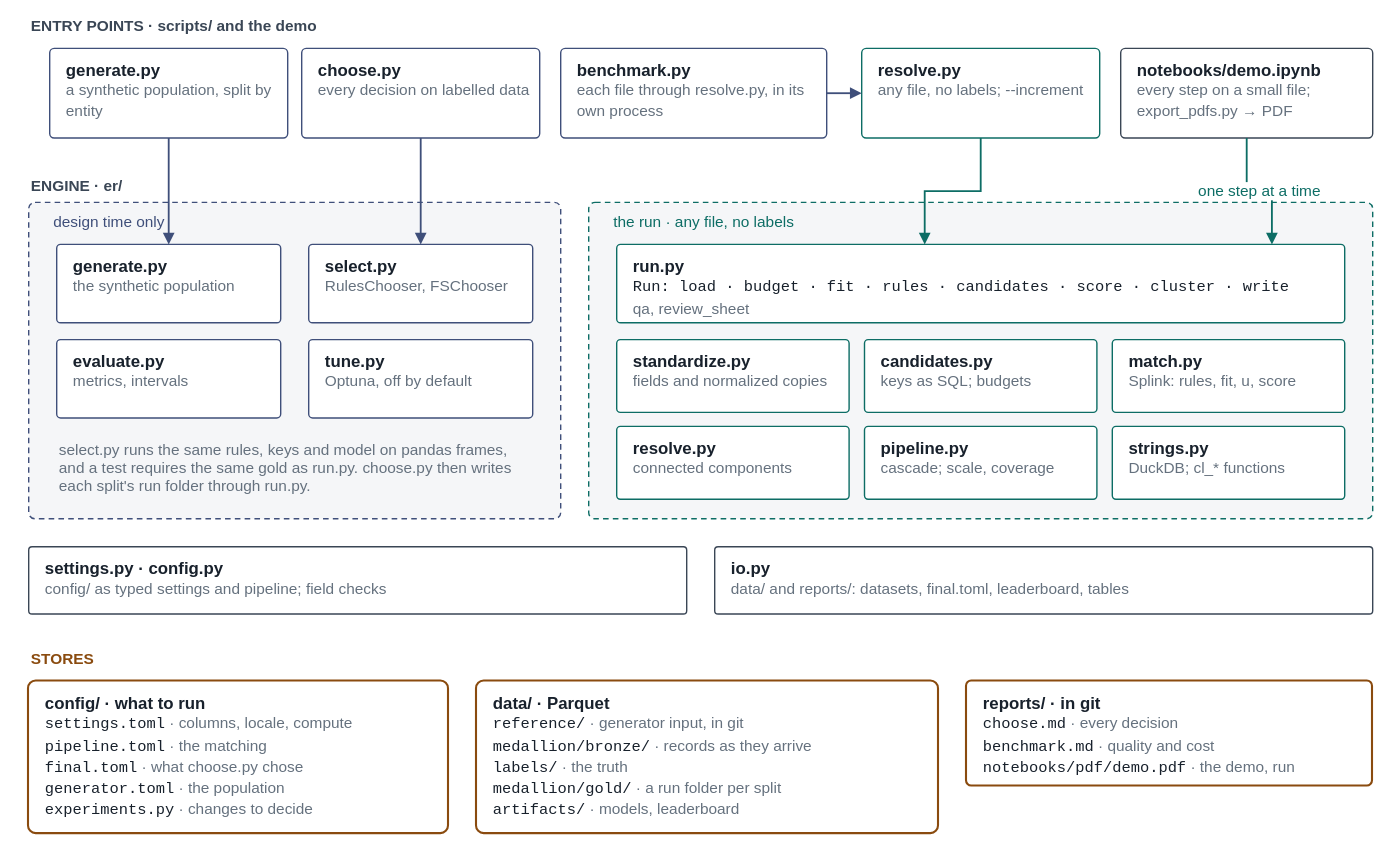
mvsbm/entity_matching keeps this draw.io diagram as docs/architecture-blocks.drawio.svg. Above is the earlier version. Source tidied: cells renumbered, new cells last; positions are measured from the earlier drawing's top-left corner, leaving out a move shared by most shapes.
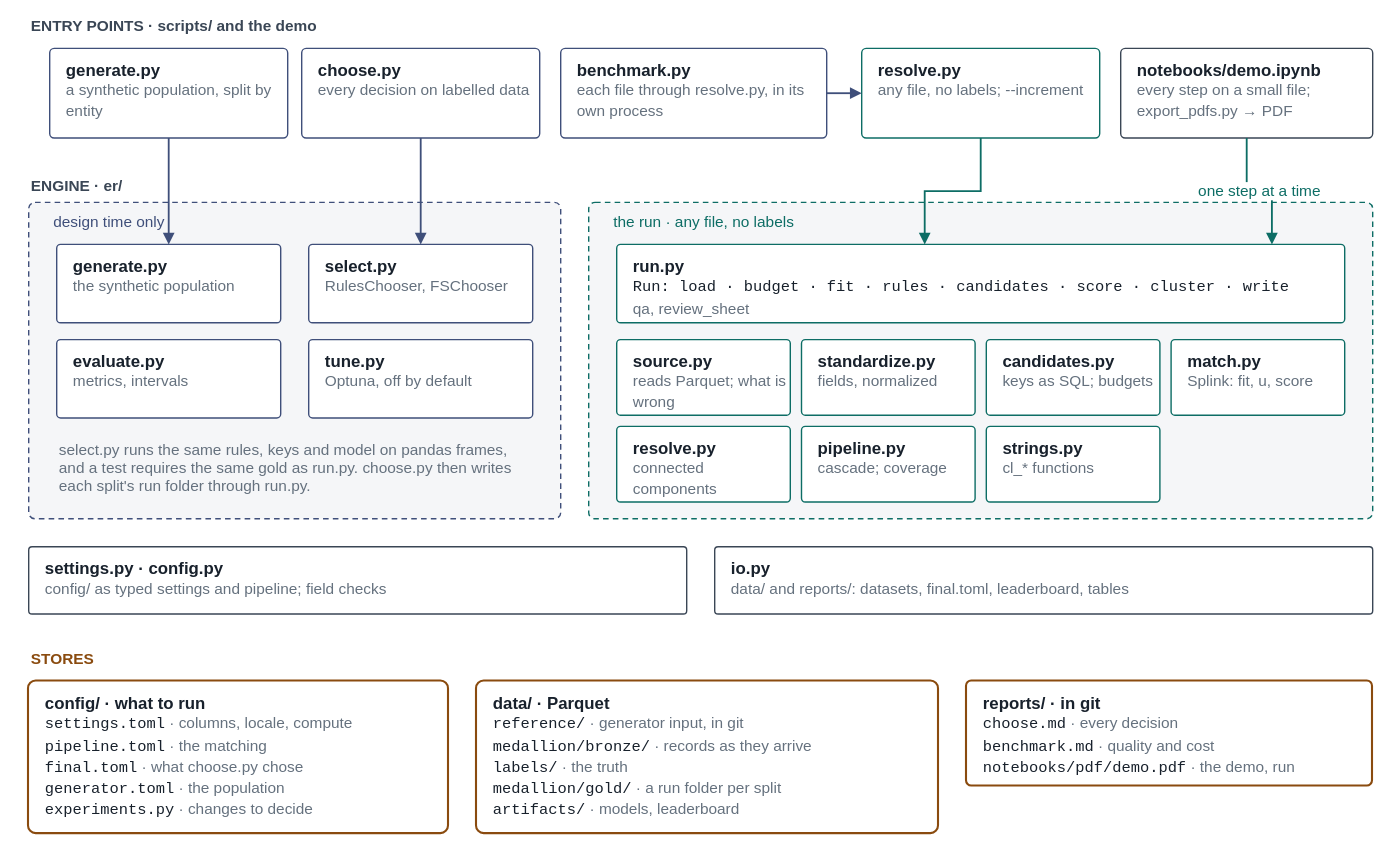
Later version of the same file.

Change to the diagram source:
```diff
@@ -56,53 +56,56 @@
     <mxCell id="19" value="&lt;b&gt;run.py&lt;/b&gt;&lt;br&gt;&lt;font face=&quot;Courier New&quot; style=&quot;font-size:11px&quot;&gt;Run: load · budget · fit · rules · candidates · score · cluster · write&lt;/font&gt;&lt;br&gt;&lt;font color=&quot;#65717e&quot; style=&quot;font-size:11px&quot;&gt;qa, review_sheet&lt;/font&gt;" style="rounded=1;arcSize=5;whiteSpace=wrap;html=1;align=left;verticalAlign=top;spacingLeft=10;spacingTop=2;fontFamily=Helvetica;fontSize=12;fontColor=#18212c;fillColor=#ffffff;strokeColor=#0d6d65;" parent="1" vertex="1">
       <mxGeometry x="420" y="166" width="520" height="56" as="geometry" />
     </mxCell>
-    <mxCell id="20" value="&lt;b&gt;standardize.py&lt;/b&gt;&lt;br&gt;&lt;font color=&quot;#65717e&quot; style=&quot;font-size:11px&quot;&gt;fields and normalized copies&lt;/font&gt;" style="rounded=1;arcSize=5;whiteSpace=wrap;html=1;align=left;verticalAlign=top;spacingLeft=10;spacingTop=2;fontFamily=Helvetica;fontSize=12;fontColor=#18212c;fillColor=#ffffff;strokeColor=#0d6d65;" parent="1" vertex="1">
-      <mxGeometry x="420" y="234" width="166" height="52" as="geometry" />
+    <mxCell id="20" value="&lt;b&gt;source.py&lt;/b&gt;&lt;br&gt;&lt;font color=&quot;#65717e&quot; style=&quot;font-size:11px&quot;&gt;reads Parquet; what is wrong&lt;/font&gt;" style="rounded=1;arcSize=5;whiteSpace=wrap;html=1;align=left;verticalAlign=top;spacingLeft=10;spacingTop=2;fontFamily=Helvetica;fontSize=12;fontColor=#18212c;fillColor=#ffffff;strokeColor=#0d6d65;" parent="1" vertex="1">
+      <mxGeometry x="420" y="234" width="124" height="54" as="geometry" />
     </mxCell>
-    <mxCell id="21" value="&lt;b&gt;candidates.py&lt;/b&gt;&lt;br&gt;&lt;font color=&quot;#65717e&quot; style=&quot;font-size:11px&quot;&gt;keys as SQL; budgets&lt;/font&gt;" style="rounded=1;arcSize=5;whiteSpace=wrap;html=1;align=left;verticalAlign=top;spacingLeft=10;spacingTop=2;fontFamily=Helvetica;fontSize=12;fontColor=#18212c;fillColor=#ffffff;strokeColor=#0d6d65;" parent="1" vertex="1">
-      <mxGeometry x="597" y="234" width="166" height="52" as="geometry" />
+    <mxCell id="21" value="&lt;b&gt;standardize.py&lt;/b&gt;&lt;br&gt;&lt;font color=&quot;#65717e&quot; style=&quot;font-size:11px&quot;&gt;fields, normalized&lt;/font&gt;" style="rounded=1;arcSize=5;whiteSpace=wrap;html=1;align=left;verticalAlign=top;spacingLeft=10;spacingTop=2;fontFamily=Helvetica;fontSize=12;fontColor=#18212c;fillColor=#ffffff;strokeColor=#0d6d65;" parent="1" vertex="1">
+      <mxGeometry x="552" y="234" width="124" height="54" as="geometry" />
     </mxCell>
-    <mxCell id="22" value="&lt;b&gt;match.py&lt;/b&gt;&lt;br&gt;&lt;font color=&quot;#65717e&quot; style=&quot;font-size:11px&quot;&gt;Splink: rules, fit, u, score&lt;/font&gt;" style="rounded=1;arcSize=5;whiteSpace=wrap;html=1;align=left;verticalAlign=top;spacingLeft=10;spacingTop=2;fontFamily=Helvetica;fontSize=12;fontColor=#18212c;fillColor=#ffffff;strokeColor=#0d6d65;" parent="1" vertex="1">
-      <mxGeometry x="774" y="234" width="166" height="52" as="geometry" />
+    <mxCell id="22" value="&lt;b&gt;candidates.py&lt;/b&gt;&lt;br&gt;&lt;font color=&quot;#65717e&quot; style=&quot;font-size:11px&quot;&gt;keys as SQL; budgets&lt;/font&gt;" style="rounded=1;arcSize=5;whiteSpace=wrap;html=1;align=left;verticalAlign=top;spacingLeft=10;spacingTop=2;fontFamily=Helvetica;fontSize=12;fontColor=#18212c;fillColor=#ffffff;strokeColor=#0d6d65;" parent="1" vertex="1">
+      <mxGeometry x="684" y="234" width="124" height="54" as="geometry" />
     </mxCell>
-    <mxCell id="23" value="&lt;b&gt;resolve.py&lt;/b&gt;&lt;br&gt;&lt;font color=&quot;#65717e&quot; style=&quot;font-size:11px&quot;&gt;connected components&lt;/font&gt;" style="rounded=1;arcSize=5;whiteSpace=wrap;html=1;align=left;verticalAlign=top;spacingLeft=10;spacingTop=2;fontFamily=Helvetica;fontSize=12;fontColor=#18212c;fillColor=#ffffff;strokeColor=#0d6d65;" parent="1" vertex="1">
-      <mxGeometry x="420" y="296" width="166" height="52" as="geometry" />
+    <mxCell id="23" value="&lt;b&gt;match.py&lt;/b&gt;&lt;br&gt;&lt;font color=&quot;#65717e&quot; style=&quot;font-size:11px&quot;&gt;Splink: fit, u, score&lt;/font&gt;" style="rounded=1;arcSize=5;whiteSpace=wrap;html=1;align=left;verticalAlign=top;spacingLeft=10;spacingTop=2;fontFamily=Helvetica;fontSize=12;fontColor=#18212c;fillColor=#ffffff;strokeColor=#0d6d65;" parent="1" vertex="1">
+      <mxGeometry x="816" y="234" width="124" height="54" as="geometry" />
     </mxCell>
-    <mxCell id="24" value="&lt;b&gt;pipeline.py&lt;/b&gt;&lt;br&gt;&lt;font color=&quot;#65717e&quot; style=&quot;font-size:11px&quot;&gt;cascade; scale, coverage&lt;/font&gt;" style="rounded=1;arcSize=5;whiteSpace=wrap;html=1;align=left;verticalAlign=top;spacingLeft=10;spacingTop=2;fontFamily=Helvetica;fontSize=12;fontColor=#18212c;fillColor=#ffffff;strokeColor=#0d6d65;" parent="1" vertex="1">
-      <mxGeometry x="597" y="296" width="166" height="52" as="geometry" />
+    <mxCell id="24" value="&lt;b&gt;resolve.py&lt;/b&gt;&lt;br&gt;&lt;font color=&quot;#65717e&quot; style=&quot;font-size:11px&quot;&gt;connected components&lt;/font&gt;" style="rounded=1;arcSize=5;whiteSpace=wrap;html=1;align=left;verticalAlign=top;spacingLeft=10;spacingTop=2;fontFamily=Helvetica;fontSize=12;fontColor=#18212c;fillColor=#ffffff;strokeColor=#0d6d65;" parent="1" vertex="1">
+      <mxGeometry x="420" y="296" width="124" height="54" as="geometry" />
     </mxCell>
-    <mxCell id="25" value="&lt;b&gt;strings.py&lt;/b&gt;&lt;br&gt;&lt;font color=&quot;#65717e&quot; style=&quot;font-size:11px&quot;&gt;DuckDB; cl_* functions&lt;/font&gt;" style="rounded=1;arcSize=5;whiteSpace=wrap;html=1;align=left;verticalAlign=top;spacingLeft=10;spacingTop=2;fontFamily=Helvetica;fontSize=12;fontColor=#18212c;fillColor=#ffffff;strokeColor=#0d6d65;" parent="1" vertex="1">
-      <mxGeometry x="774" y="296" width="166" height="52" as="geometry" />
+    <mxCell id="25" value="&lt;b&gt;pipeline.py&lt;/b&gt;&lt;br&gt;&lt;font color=&quot;#65717e&quot; style=&quot;font-size:11px&quot;&gt;cascade; coverage&lt;/font&gt;" style="rounded=1;arcSize=5;whiteSpace=wrap;html=1;align=left;verticalAlign=top;spacingLeft=10;spacingTop=2;fontFamily=Helvetica;fontSize=12;fontColor=#18212c;fillColor=#ffffff;strokeColor=#0d6d65;" parent="1" vertex="1">
+      <mxGeometry x="552" y="296" width="124" height="54" as="geometry" />
     </mxCell>
-    <mxCell id="26" style="edgeStyle=orthogonalEdgeStyle;rounded=0;html=1;endArrow=block;endFill=1;endSize=5;strokeColor=#3f4f7a;strokeWidth=1.3;fontFamily=Helvetica;fontSize=11;fontColor=#3f4f7a;labelBackgroundColor=#ffffff;exitX=0.5;exitY=1;entryX=0.5;entryY=0;" parent="1" edge="1" source="3" target="12">
-      <mxGeometry relative="1" as="geometry" />
+    <mxCell id="26" value="&lt;b&gt;strings.py&lt;/b&gt;&lt;br&gt;&lt;font color=&quot;#65717e&quot; style=&quot;font-size:11px&quot;&gt;cl_* functions&lt;/font&gt;" style="rounded=1;arcSize=5;whiteSpace=wrap;html=1;align=left;verticalAlign=top;spacingLeft=10;spacingTop=2;fontFamily=Helvetica;fontSize=12;fontColor=#18212c;fillColor=#ffffff;strokeColor=#0d6d65;" parent="1" vertex="1">
+      <mxGeometry x="684" y="296" width="124" height="54" as="geometry" />
     </mxCell>
-    <mxCell id="27" style="edgeStyle=orthogonalEdgeStyle;rounded=0;html=1;endArrow=block;endFill=1;endSize=5;strokeColor=#3f4f7a;strokeWidth=1.3;fontFamily=Helvetica;fontSize=11;fontColor=#3f4f7a;labelBackgroundColor=#ffffff;exitX=0.5;exitY=1;entryX=0.5;entryY=0;" parent="1" edge="1" source="4" target="13">
+    <mxCell id="27" style="edgeStyle=orthogonalEdgeStyle;rounded=0;html=1;endArrow=block;endFill=1;endSize=5;strokeColor=#3f4f7a;strokeWidth=1.3;fontFamily=Helvetica;fontSize=11;fontColor=#3f4f7a;labelBackgroundColor=#ffffff;exitX=0.5;exitY=1;entryX=0.5;entryY=0;" parent="1" edge="1" source="3" target="12">
       <mxGeometry relative="1" as="geometry" />
     </mxCell>
-    <mxCell id="28" style="edgeStyle=orthogonalEdgeStyle;rounded=0;html=1;endArrow=block;endFill=1;endSize=5;strokeColor=#0d6d65;strokeWidth=1.3;fontFamily=Helvetica;fontSize=11;fontColor=#0d6d65;labelBackgroundColor=#ffffff;exitX=0.5;exitY=1;entryX=0.5;entryY=0;entryDx=-40;" parent="1" edge="1" source="6" target="19">
+    <mxCell id="28" style="edgeStyle=orthogonalEdgeStyle;rounded=0;html=1;endArrow=block;endFill=1;endSize=5;strokeColor=#3f4f7a;strokeWidth=1.3;fontFamily=Helvetica;fontSize=11;fontColor=#3f4f7a;labelBackgroundColor=#ffffff;exitX=0.5;exitY=1;entryX=0.5;entryY=0;" parent="1" edge="1" source="4" target="13">
       <mxGeometry relative="1" as="geometry" />
     </mxCell>
-    <mxCell id="29" value="one step at a time" style="edgeStyle=orthogonalEdgeStyle;rounded=0;html=1;endArrow=block;endFill=1;endSize=5;strokeColor=#0d6d65;strokeWidth=1.3;fontFamily=Helvetica;fontSize=11;fontColor=#0d6d65;labelBackgroundColor=#ffffff;exitX=0.5;exitY=1;entryX=0.9;entryY=0;" parent="1" edge="1" source="7" target="19">
+    <mxCell id="29" style="edgeStyle=orthogonalEdgeStyle;rounded=0;html=1;endArrow=block;endFill=1;endSize=5;strokeColor=#0d6d65;strokeWidth=1.3;fontFamily=Helvetica;fontSize=11;fontColor=#0d6d65;labelBackgroundColor=#ffffff;exitX=0.5;exitY=1;entryX=0.5;entryY=0;entryDx=-40;" parent="1" edge="1" source="6" target="19">
       <mxGeometry relative="1" as="geometry" />
     </mxCell>
-    <mxCell id="30" value="&lt;b&gt;settings.py · config.py&lt;/b&gt;&lt;br&gt;&lt;font color=&quot;#65717e&quot; style=&quot;font-size:11px&quot;&gt;config/ as typed settings and pipeline; field checks&lt;/font&gt;" style="rounded=1;arcSize=5;whiteSpace=wrap;html=1;align=left;verticalAlign=top;spacingLeft=10;spacingTop=2;fontFamily=Helvetica;fontSize=12;fontColor=#18212c;fillColor=#ffffff;strokeColor=#3a4655;" parent="1" vertex="1">
-      <mxGeometry y="382" width="470" height="48" as="geometry" />
+    <mxCell id="30" value="one step at a time" style="edgeStyle=orthogonalEdgeStyle;rounded=0;html=1;endArrow=block;endFill=1;endSize=5;strokeColor=#0d6d65;strokeWidth=1.3;fontFamily=Helvetica;fontSize=11;fontColor=#0d6d65;labelBackgroundColor=#ffffff;exitX=0.5;exitY=1;entryX=0.9;entryY=0;" parent="1" edge="1" source="7" target="19">
+      <mxGeometry relative="1" as="geometry" />
     </mxCell>
-    <mxCell id="31" value="&lt;b&gt;io.py&lt;/b&gt;&lt;br&gt;&lt;font color=&quot;#65717e&quot; style=&quot;font-size:11px&quot;&gt;data/ and reports/: datasets, final.toml, leaderboard, tables&lt;/font&gt;" style="rounded=1;arcSize=5;whiteSpace=wrap;html=1;align=left;verticalAlign=top;spacingLeft=10;spacingTop=2;fontFamily=Helvetica;fontSize=12;fontColor=#18212c;fillColor=#ffffff;strokeColor=#3a4655;" parent="1" vertex="1">
-      <mxGeometry x="490" y="382" width="470" height="48" as="geometry" />
+    <mxCell id="31" value="&lt;b&gt;settings.py · config.py&lt;/b&gt;&lt;br&gt;&lt;font color=&quot;#65717e&quot; style=&quot;font-size:11px&quot;&gt;config/ as typed settings and pipeline; field checks&lt;/font&gt;" style="rounded=1;arcSize=5;whiteSpace=wrap;html=1;align=left;verticalAlign=top;spacingLeft=10;spacingTop=2;fontFamily=Helvetica;fontSize=12;fontColor=#18212c;fillColor=#ffffff;strokeColor=#3a4655;" parent="1" vertex="1">
+      <mxGeometry y="382" width="470" height="48" as="geometry" />
     </mxCell>
-    <mxCell id="32" value="STORES" style="text;html=1;align=left;verticalAlign=middle;fontFamily=Helvetica;fontSize=11;fontStyle=1;fontColor=#8a4b0f;" parent="1" vertex="1">
-      <mxGeometry y="452" width="600" height="20" as="geometry" />
+    <mxCell id="32" value="&lt;b&gt;io.py&lt;/b&gt;&lt;br&gt;&lt;font color=&quot;#65717e&quot; style=&quot;font-size:11px&quot;&gt;data/ and reports/: datasets, final.toml, leaderboard, tables&lt;/font&gt;" style="rounded=1;arcSize=5;whiteSpace=wrap;html=1;align=left;verticalAlign=top;spacingLeft=10;spacingTop=2;fontFamily=Helvetica;fontSize=12;fontColor=#18212c;fillColor=#ffffff;strokeColor=#3a4655;" parent="1" vertex="1">
+      <mxGeometry x="490" y="382" width="470" height="48" as="geometry" />
     </mxCell>
-    <mxCell id="33" value="&lt;b&gt;config/ · what to run&lt;/b&gt;&lt;br&gt;&lt;font face=&quot;Courier New&quot; style=&quot;font-size:11px&quot;&gt;settings.toml&lt;/font&gt;&lt;font color=&quot;#65717e&quot; style=&quot;font-size:11px&quot;&gt; · columns, locale, compute&lt;/font&gt;&lt;br&gt;&lt;font face=&quot;Courier New&quot; style=&quot;font-size:11px&quot;&gt;pipeline.toml&lt;/font&gt;&lt;font color=&quot;#65717e&quot; style=&quot;font-size:11px&quot;&gt; · the matching&lt;/font&gt;&lt;br&gt;&lt;font face=&quot;Courier New&quot; style=&quot;font-size:11px&quot;&gt;final.toml&lt;/font&gt;&lt;font color=&quot;#65717e&quot; style=&quot;font-size:11px&quot;&gt; · what choose.py chose&lt;/font&gt;&lt;br&gt;&lt;font face=&quot;Courier New&quot; style=&quot;font-size:11px&quot;&gt;generator.toml&lt;/font&gt;&lt;font color=&quot;#65717e&quot; style=&quot;font-size:11px&quot;&gt; · the population&lt;/font&gt;&lt;br&gt;&lt;font face=&quot;Courier New&quot; style=&quot;font-size:11px&quot;&gt;experiments.py&lt;/font&gt;&lt;font color=&quot;#65717e&quot; style=&quot;font-size:11px&quot;&gt; · changes to decide&lt;/font&gt;" style="rounded=1;arcSize=5;whiteSpace=wrap;html=1;align=left;verticalAlign=top;spacingLeft=10;spacingTop=2;fontFamily=Helvetica;fontSize=12;fontColor=#18212c;fillColor=#ffffff;strokeColor=#8a4b0f;strokeWidth=1.5;" parent="1" vertex="1">
-      <mxGeometry y="478" width="300" height="109" as="geometry" />
+    <mxCell id="33" value="STORES" style="text;html=1;align=left;verticalAlign=middle;fontFamily=Helvetica;fontSize=11;fontStyle=1;fontColor=#8a4b0f;" parent="1" vertex="1">
+      <mxGeometry y="452" width="600" height="20" as="geometry" />
     </mxCell>
-    <mxCell id="34" value="&lt;b&gt;data/ · Parquet&lt;/b&gt;&lt;br&gt;&lt;font face=&quot;Courier New&quot; style=&quot;font-size:11px&quot;&gt;reference/&lt;/font&gt;&lt;font color=&quot;#65717e&quot; style=&quot;font-size:11px&quot;&gt; · generator input, in git&lt;/font&gt;&lt;br&gt;&lt;font face=&quot;Courier New&quot; style=&quot;font-size:11px&quot;&gt;medallion/bronze/&lt;/font&gt;&lt;font color=&quot;#65717e&quot; style=&quot;font-size:11px&quot;&gt; · records as they arrive&lt;/font&gt;&lt;br&gt;&lt;font face=&quot;Courier New&quot; style=&quot;font-size:11px&quot;&gt;labels/&lt;/font&gt;&lt;font color=&quot;#65717e&quot; style=&quot;font-size:11px&quot;&gt; · the truth&lt;/font&gt;&lt;br&gt;&lt;font face=&quot;Courier New&quot; style=&quot;font-size:11px&quot;&gt;medallion/gold/&lt;/font&gt;&lt;font color=&quot;#65717e&quot; style=&quot;font-size:11px&quot;&gt; · a run folder per split&lt;/font&gt;&lt;br&gt;&lt;font face=&quot;Courier New&quot; style=&quot;font-size:11px&quot;&gt;artifacts/&lt;/font&gt;&lt;font color=&quot;#65717e&quot; style=&quot;font-size:11px&quot;&gt; · models, leaderboard&lt;/font&gt;" style="rounded=1;arcSize=5;whiteSpace=wrap;html=1;align=left;verticalAlign=top;spacingLeft=10;spacingTop=2;fontFamily=Helvetica;fontSize=12;fontColor=#18212c;fillColor=#ffffff;strokeColor=#8a4b0f;strokeWidth=1.5;" parent="1" vertex="1">
-      <mxGeometry x="320" y="478" width="330" height="109" as="geometry" />
+    <mxCell id="34" value="&lt;b&gt;config/ · what to run&lt;/b&gt;&lt;br&gt;&lt;font face=&quot;Courier New&quot; style=&quot;font-size:11px&quot;&gt;settings.toml&lt;/font&gt;&lt;font color=&quot;#65717e&quot; style=&quot;font-size:11px&quot;&gt; · columns, locale, compute&lt;/font&gt;&lt;br&gt;&lt;font face=&quot;Courier New&quot; style=&quot;font-size:11px&quot;&gt;pipeline.toml&lt;/font&gt;&lt;font color=&quot;#65717e&quot; style=&quot;font-size:11px&quot;&gt; · the matching&lt;/font&gt;&lt;br&gt;&lt;font face=&quot;Courier New&quot; style=&quot;font-size:11px&quot;&gt;final.toml&lt;/font&gt;&lt;font color=&quot;#65717e&quot; style=&quot;font-size:11px&quot;&gt; · what choose.py chose&lt;/font&gt;&lt;br&gt;&lt;font face=&quot;Courier New&quot; style=&quot;font-size:11px&quot;&gt;generator.toml&lt;/font&gt;&lt;font color=&quot;#65717e&quot; style=&quot;font-size:11px&quot;&gt; · the population&lt;/font&gt;&lt;br&gt;&lt;font face=&quot;Courier New&quot; style=&quot;font-size:11px&quot;&gt;experiments.py&lt;/font&gt;&lt;font color=&quot;#65717e&quot; style=&quot;font-size:11px&quot;&gt; · changes to decide&lt;/font&gt;" style="rounded=1;arcSize=5;whiteSpace=wrap;html=1;align=left;verticalAlign=top;spacingLeft=10;spacingTop=2;fontFamily=Helvetica;fontSize=12;fontColor=#18212c;fillColor=#ffffff;strokeColor=#8a4b0f;strokeWidth=1.5;" parent="1" vertex="1">
+      <mxGeometry y="478" width="300" height="109" as="geometry" />
     </mxCell>
-    <mxCell id="35" value="&lt;b&gt;reports/ · in git&lt;/b&gt;&lt;br&gt;&lt;font face=&quot;Courier New&quot; style=&quot;font-size:11px&quot;&gt;choose.md&lt;/font&gt;&lt;font color=&quot;#65717e&quot; style=&quot;font-size:11px&quot;&gt; · every decision&lt;/font&gt;&lt;br&gt;&lt;font face=&quot;Courier New&quot; style=&quot;font-size:11px&quot;&gt;benchmark.md&lt;/font&gt;&lt;font color=&quot;#65717e&quot; style=&quot;font-size:11px&quot;&gt; · quality and cost&lt;/font&gt;&lt;br&gt;&lt;font face=&quot;Courier New&quot; style=&quot;font-size:11px&quot;&gt;notebooks/pdf/demo.pdf&lt;/font&gt;&lt;font color=&quot;#65717e&quot; style=&quot;font-size:11px&quot;&gt; · the demo, run&lt;/font&gt;" style="rounded=1;arcSize=5;whiteSpace=wrap;html=1;align=left;verticalAlign=top;spacingLeft=10;spacingTop=2;fontFamily=Helvetica;fontSize=12;fontColor=#18212c;fillColor=#ffffff;strokeColor=#8a4b0f;strokeWidth=1.5;" parent="1" vertex="1">
-      <mxGeometry x="670" y="478" width="290" height="75" as="geometry" />
+    <mxCell id="35" value="&lt;b&gt;data/ · Parquet&lt;/b&gt;&lt;br&gt;&lt;font face=&quot;Courier New&quot; style=&quot;font-size:11px&quot;&gt;reference/&lt;/font&gt;&lt;font color=&quot;#65717e&quot; style=&quot;font-size:11px&quot;&gt; · generator input, in git&lt;/font&gt;&lt;br&gt;&lt;font face=&quot;Courier New&quot; style=&quot;font-size:11px&quot;&gt;medallion/bronze/&lt;/font&gt;&lt;font color=&quot;#65717e&quot; style=&quot;font-size:11px&quot;&gt; · records as they arrive&lt;/font&gt;&lt;br&gt;&lt;font face=&quot;Courier New&quot; style=&quot;font-size:11px&quot;&gt;labels/&lt;/font&gt;&lt;font color=&quot;#65717e&quot; style=&quot;font-size:11px&quot;&gt; · the truth&lt;/font&gt;&lt;br&gt;&lt;font face=&quot;Courier New&quot; style=&quot;font-size:11px&quot;&gt;medallion/gold/&lt;/font&gt;&lt;font color=&quot;#65717e&quot; style=&quot;font-size:11px&quot;&gt; · a run folder per split&lt;/font&gt;&lt;br&gt;&lt;font face=&quot;Courier New&quot; style=&quot;font-size:11px&quot;&gt;artifacts/&lt;/font&gt;&lt;font color=&quot;#65717e&quot; style=&quot;font-size:11px&quot;&gt; · models, leaderboard&lt;/font&gt;" style="rounded=1;arcSize=5;whiteSpace=wrap;html=1;align=left;verticalAlign=top;spacingLeft=10;spacingTop=2;fontFamily=Helvetica;fontSize=12;fontColor=#18212c;fillColor=#ffffff;strokeColor=#8a4b0f;strokeWidth=1.5;" parent="1" vertex="1">
+      <mxGeometry x="320" y="478" width="330" height="109" as="geometry" />
     </mxCell>
+    <mxCell id="36" value="&lt;b&gt;reports/ · in git&lt;/b&gt;&lt;br&gt;&lt;font face=&quot;Courier New&quot; style=&quot;font-size:11px&quot;&gt;choose.md&lt;/font&gt;&lt;font color=&quot;#65717e&quot; style=&quot;font-size:11px&quot;&gt; · every decision&lt;/font&gt;&lt;br&gt;&lt;font face=&quot;Courier New&quot; style=&quot;font-size:11px&quot;&gt;benchmark.md&lt;/font&gt;&lt;font color=&quot;#65717e&quot; style=&quot;font-size:11px&quot;&gt; · quality and cost&lt;/font&gt;&lt;br&gt;&lt;font face=&quot;Courier New&quot; style=&quot;font-size:11px&quot;&gt;notebooks/pdf/demo.pdf&lt;/font&gt;&lt;font color=&quot;#65717e&quot; style=&quot;font-size:11px&quot;&gt; · the demo, run&lt;/font&gt;" style="rounded=1;arcSize=5;whiteSpace=wrap;html=1;align=left;verticalAlign=top;spacingLeft=10;spacingTop=2;fontFamily=Helvetica;fontSize=12;fontColor=#18212c;fillColor=#ffffff;strokeColor=#8a4b0f;strokeWidth=1.5;" parent="1" vertex="1">
+      <mxGeometry x="670" y="478" width="290" height="75" as="geometry" />
+    </mxCell>
   </root>
 </mxGraphModel>
```
